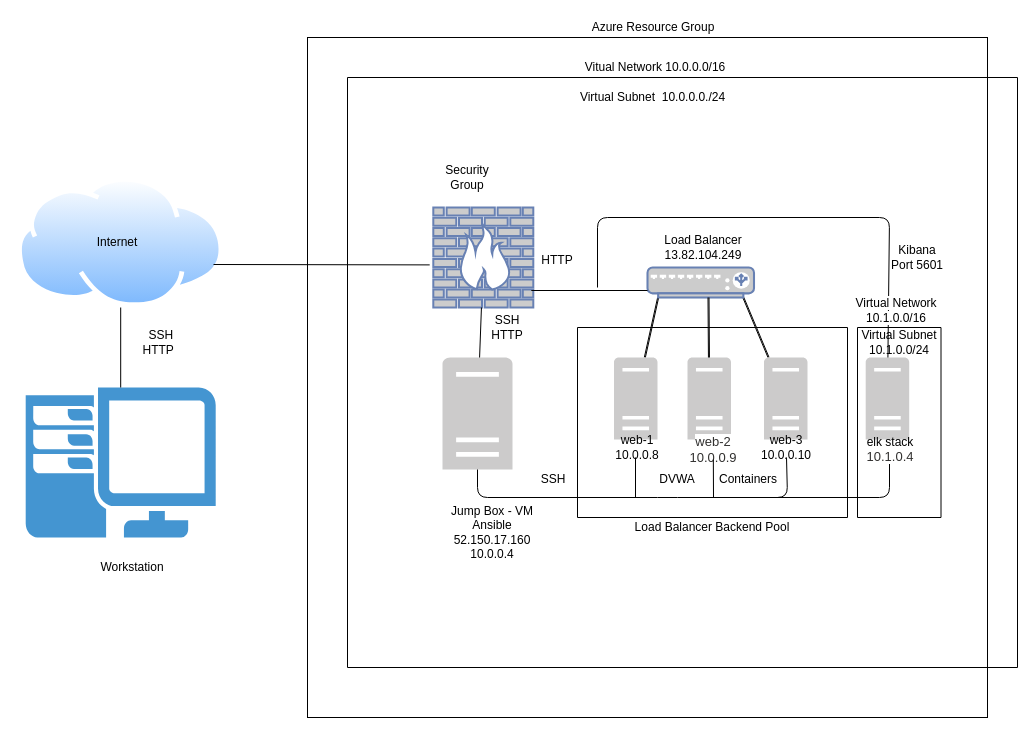
Before: Diagrams/elk-stack/elk-stack.drawio in itpurt/cybersecurity, a draw.io diagram. Source tidied: cells renumbered, new cells numbered last; positions are measured from the earlier drawing's top-left corner, leaving out a move shared by most shapes. Both pictures are drawn from the tidied source at 100%, with x=0, y=0 at pixel (17, 17).
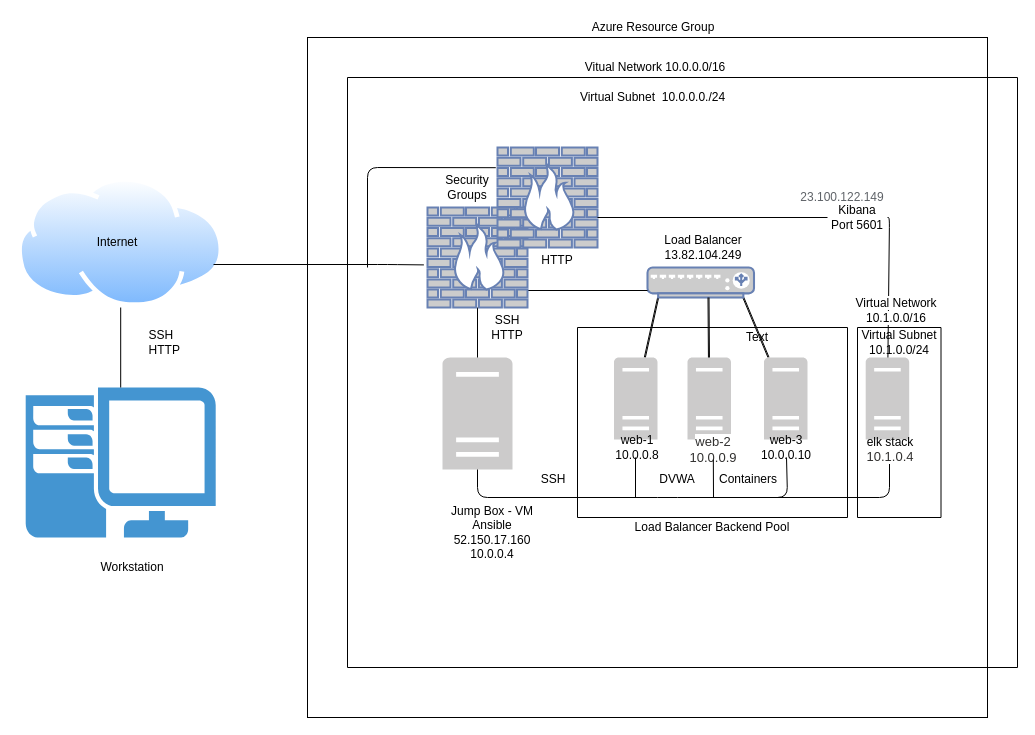
The same diagram, later.

The change refers to these unchanged cells:
```xml
<mxCell id="42" style="shadow=0;dashed=0;html=1;strokeColor=none;labelPosition=center;verticalLabelPosition=bottom;verticalAlign=top;outlineConnect=0;align=center;shape=mxgraph.office.servers.server_generic;fillColor=#CCCBCB;" parent="1" vertex="1">
  <mxGeometry x="848.2" y="340" width="43.5" height="82" as="geometry" />
</mxCell>
<mxCell id="48" style="swimlane;startSize=0;" parent="1" vertex="1">
  <mxGeometry x="330" y="60" width="670" height="590" as="geometry" />
</mxCell>
```

What changed in the source:
```diff
@@
-    <mxCell id="8" style="fontColor=#0066CC;verticalAlign=top;verticalLabelPosition=bottom;labelPosition=center;align=center;html=1;outlineConnect=0;fillColor=#CCCCCC;strokeColor=#6881B3;gradientColor=none;gradientDirection=north;strokeWidth=2;shape=mxgraph.networks.firewall;" parent="1" vertex="1">
-      <mxGeometry x="415.8" y="190" width="100" height="100" as="geometry" />
-    </mxCell>
@@
-    <mxCell id="20" value="Security Group" style="text;html=1;strokeColor=none;fillColor=none;align=center;verticalAlign=middle;whiteSpace=wrap;rounded=0;" parent="1" vertex="1">
-      <mxGeometry x="430" y="150" width="40" height="20" as="geometry" />
-    </mxCell>
@@
     <mxCell id="24" style="endArrow=none;html=1;entryX=-0.036;entryY=0.574;entryDx=0;entryDy=0;entryPerimeter=0;" parent="1" edge="1" target="8">
       <mxGeometry relative="1" as="geometry">
         <mxPoint x="196" y="247" as="sourcePoint" />
+        <Array as="points">
+          <mxPoint x="370" y="247" />
+        </Array>
       </mxGeometry>
     </mxCell>
@@
-    <mxCell id="33" value="SSH&amp;nbsp;&lt;br&gt;&amp;nbsp; HTTP&lt;span style=&quot;white-space: pre&quot;&gt;&#9;&lt;/span&gt;" style="text;html=1;align=center;verticalAlign=middle;strokeColor=none;" parent="1" vertex="1">
+    <mxCell id="33" value="SSH&amp;nbsp;&lt;br&gt;&amp;nbsp; HTTP&lt;span style=&quot;white-space: pre&quot;&gt; &lt;/span&gt;" style="text;html=1;align=center;verticalAlign=middle;strokeColor=none;" parent="1" vertex="1">
       <mxGeometry x="110" y="310" width="70" height="30" as="geometry" />
     </mxCell>
@@
-    <mxCell id="44" style="endArrow=none;html=1;" parent="1" edge="1" target="42">
+    <mxCell id="44" style="endArrow=none;html=1;startArrow=none;" parent="1" edge="1" source="50" target="42">
       <mxGeometry relative="1" as="geometry">
-        <mxPoint x="580" y="270" as="sourcePoint" />
         <Array as="points">
-          <mxPoint x="580" y="200" />
           <mxPoint x="872" y="200" />
         </Array>
       </mxGeometry>
     </mxCell>
@@
+    <mxCell id="20" value="Security Groups" style="text;html=1;strokeColor=none;fillColor=none;align=center;verticalAlign=middle;whiteSpace=wrap;rounded=0;" parent="48" vertex="1">
+      <mxGeometry x="100" y="100" width="40" height="20" as="geometry" />
+    </mxCell>
+    <mxCell id="8" style="fontColor=#0066CC;verticalAlign=top;verticalLabelPosition=bottom;labelPosition=center;align=center;html=1;outlineConnect=0;fillColor=#CCCCCC;strokeColor=#6881B3;gradientColor=none;gradientDirection=north;strokeWidth=2;shape=mxgraph.networks.firewall;" parent="48" vertex="1">
+      <mxGeometry x="80" y="130" width="100" height="100" as="geometry" />
+    </mxCell>
+    <mxCell id="51" value="&lt;span style=&quot;overflow-wrap: break-word ; color: rgb(95 , 99 , 104) ; background-color: rgb(255 , 255 , 255)&quot;&gt;&lt;font style=&quot;font-size: 12px&quot;&gt;23.100.122.149&lt;/font&gt;&lt;/span&gt;" style="text;html=1;strokeColor=none;fillColor=none;align=center;verticalAlign=middle;whiteSpace=wrap;rounded=0;" parent="48" vertex="1">
+      <mxGeometry x="450" y="110" width="90" height="20" as="geometry" />
+    </mxCell>
+    <mxCell id="52" style="fontColor=#0066CC;verticalAlign=top;verticalLabelPosition=bottom;labelPosition=center;align=center;html=1;outlineConnect=0;fillColor=#CCCCCC;strokeColor=#6881B3;gradientColor=none;gradientDirection=north;strokeWidth=2;shape=mxgraph.networks.firewall;" parent="1" vertex="1">
+      <mxGeometry x="480" y="130" width="100" height="100" as="geometry" />
+    </mxCell>
+    <mxCell id="53" style="endArrow=none;html=1;entryX=-0.017;entryY=0.202;entryDx=0;entryDy=0;entryPerimeter=0;" parent="1" edge="1" target="52">
+      <mxGeometry relative="1" as="geometry">
+        <mxPoint x="350" y="250" as="sourcePoint" />
+        <Array as="points">
+          <mxPoint x="350" y="150" />
+        </Array>
+      </mxGeometry>
+    </mxCell>
+    <mxCell id="54" value="Text" style="text;html=1;strokeColor=none;fillColor=none;align=center;verticalAlign=middle;whiteSpace=wrap;rounded=0;" parent="1" vertex="1">
+      <mxGeometry x="720" y="310" width="40" height="20" as="geometry" />
+    </mxCell>
     <mxCell id="50" value="Kibana&lt;br&gt;Port 5601" style="text;html=1;strokeColor=none;fillColor=none;align=center;verticalAlign=middle;whiteSpace=wrap;rounded=0;" parent="1" vertex="1">
-      <mxGeometry x="870" y="220" width="60" height="40" as="geometry" />
+      <mxGeometry x="810" y="180" width="60" height="40" as="geometry" />
     </mxCell>
+    <mxCell id="55" style="endArrow=none;html=1;" parent="1" edge="1" source="52" target="50">
+      <mxGeometry relative="1" as="geometry">
+        <Array as="points">
+          <mxPoint x="580" y="200" />
+        </Array>
+      </mxGeometry>
+    </mxCell>
```
